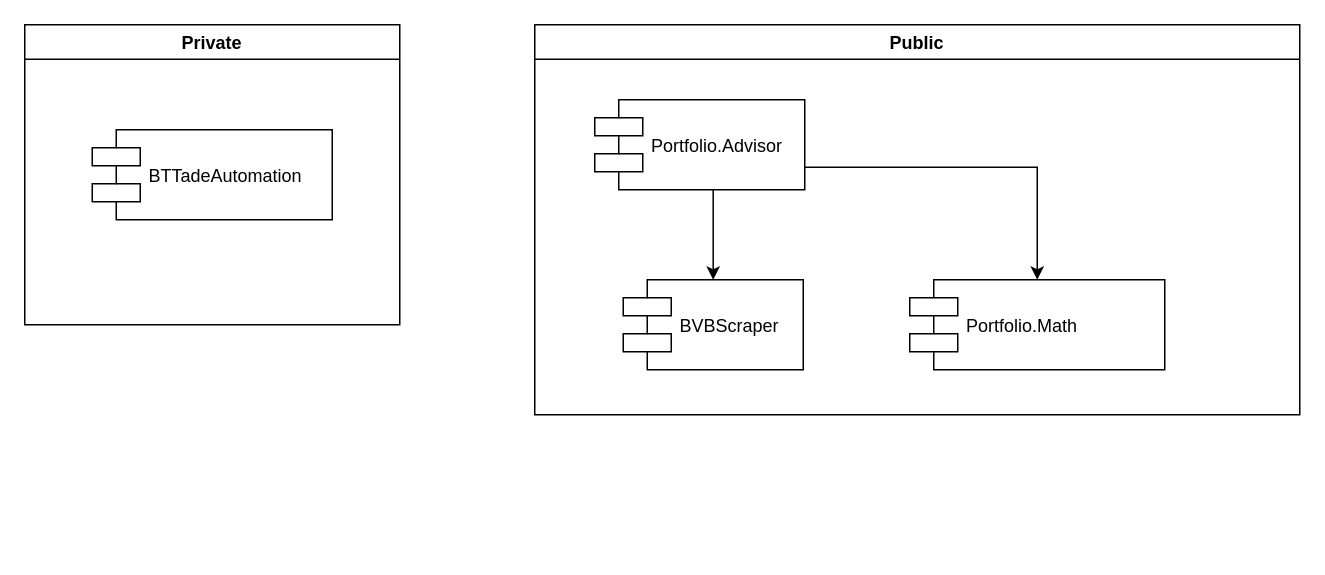
coosmiin/BVBScraper keeps this draw.io diagram as docs/high level architecture.drawio. Above is the earlier version. Source tidied: cells renumbered, new cells numbered last; positions are measured from the earlier drawing's top-left corner, leaving out a move shared by most shapes. Both pictures are drawn from the tidied source at 150%, with x=0, y=0 at pixel (24, 24).
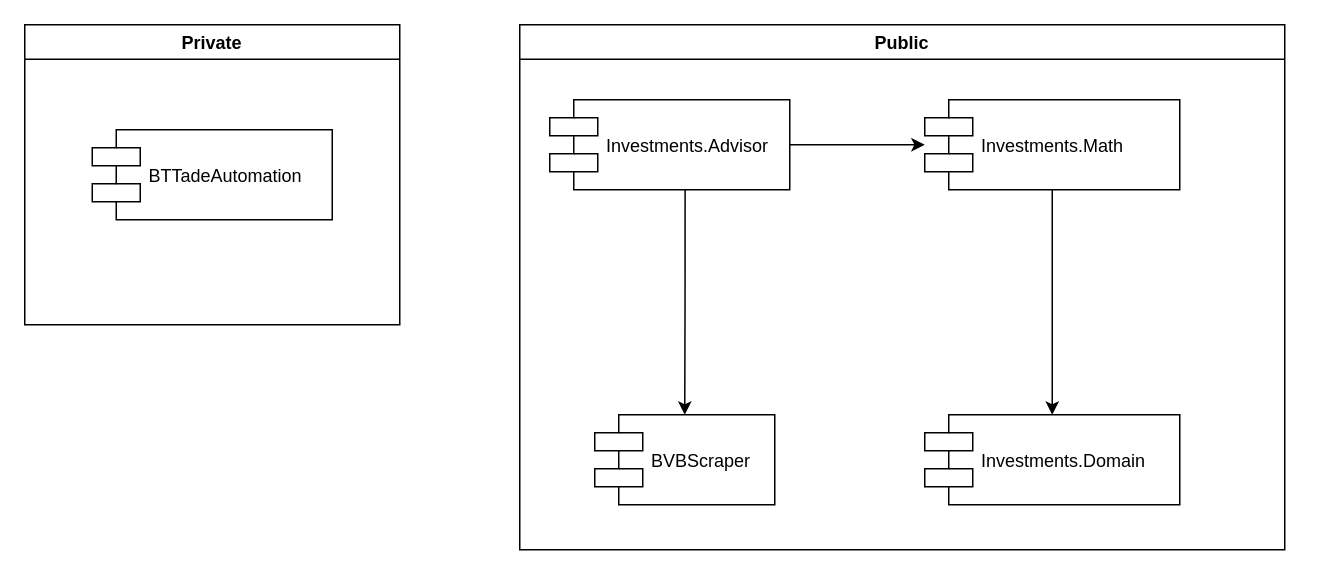
Above is the later version.

Diff of the diagram source:
```diff
@@
 <mxGraphModel>
   <root>
     <mxCell id="0" />
     <mxCell id="1" parent="0" />
     <mxCell id="2" value="Private" style="swimlane;" parent="1" vertex="1">
       <mxGeometry width="250" height="200" as="geometry" />
     </mxCell>
     <mxCell id="3" value="BTTadeAutomation" style="shape=component;align=left;spacingLeft=36;" parent="2" vertex="1">
       <mxGeometry x="45" y="70" width="160" height="60" as="geometry" />
     </mxCell>
     <mxCell id="4" value="Public" style="swimlane;" parent="1" vertex="1">
-      <mxGeometry x="340" width="510" height="260" as="geometry" />
+      <mxGeometry x="330" width="510" height="350" as="geometry" />
     </mxCell>
     <mxCell id="5" style="edgeStyle=orthogonalEdgeStyle;rounded=0;jettySize=auto;html=1;exitX=0.564;exitY=0.983;exitDx=0;exitDy=0;exitPerimeter=0;" parent="4" edge="1" source="7" target="8">
       <mxGeometry relative="1" as="geometry" />
     </mxCell>
-    <mxCell id="6" style="edgeStyle=orthogonalEdgeStyle;rounded=0;jettySize=auto;html=1;exitX=1;exitY=0.75;exitDx=0;exitDy=0;" parent="4" edge="1" source="7" target="9">
+    <mxCell id="6" style="edgeStyle=orthogonalEdgeStyle;rounded=0;jettySize=auto;html=1;exitX=1;exitY=0.5;exitDx=0;exitDy=0;" parent="4" edge="1" source="7" target="9">
       <mxGeometry relative="1" as="geometry" />
     </mxCell>
-    <mxCell id="7" value="Portfolio.Advisor" style="shape=component;align=left;spacingLeft=36;" parent="4" vertex="1">
-      <mxGeometry x="40" y="50" width="140" height="60" as="geometry" />
+    <mxCell id="7" value="Investments.Advisor" style="shape=component;align=left;spacingLeft=36;" parent="4" vertex="1">
+      <mxGeometry x="20" y="50" width="160" height="60" as="geometry" />
     </mxCell>
     <mxCell id="8" value="BVBScraper" style="shape=component;align=left;spacingLeft=36;" parent="4" vertex="1">
-      <mxGeometry x="59" y="170" width="120" height="60" as="geometry" />
+      <mxGeometry x="50" y="260" width="120" height="60" as="geometry" />
     </mxCell>
+    <mxCell id="10" style="edgeStyle=orthogonalEdgeStyle;rounded=0;jettySize=auto;html=1;" parent="4" edge="1" source="9" target="11">
+      <mxGeometry relative="1" as="geometry" />
+    </mxCell>
-    <mxCell id="9" value="Portfolio.Math" style="shape=component;align=left;spacingLeft=36;" parent="4" vertex="1">
-      <mxGeometry x="250" y="170" width="170" height="60" as="geometry" />
+    <mxCell id="9" value="Investments.Math" style="shape=component;align=left;spacingLeft=36;" parent="4" vertex="1">
+      <mxGeometry x="270" y="50" width="170" height="60" as="geometry" />
     </mxCell>
+    <mxCell id="11" value="Investments.Domain" style="shape=component;align=left;spacingLeft=36;" parent="4" vertex="1">
+      <mxGeometry x="270" y="260" width="170" height="60" as="geometry" />
+    </mxCell>
   </root>
 </mxGraphModel>
```
